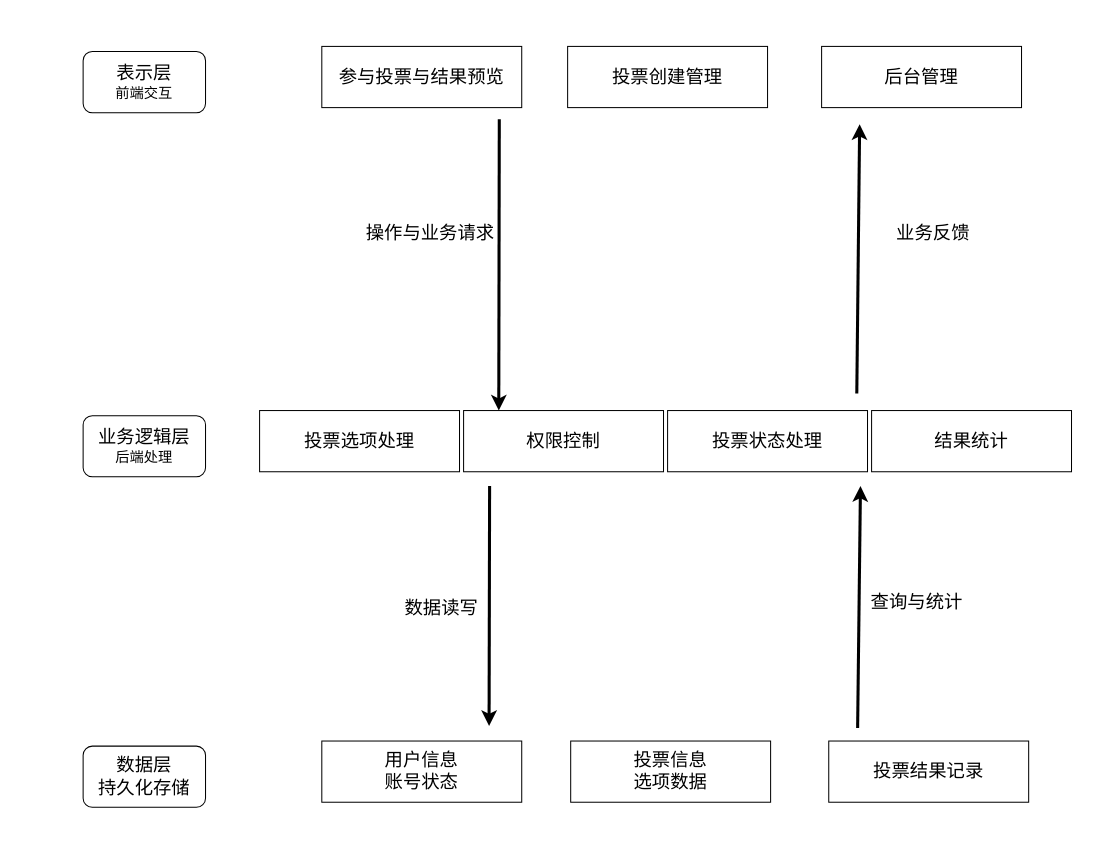
Before: 第四次作业/架构设计/架构设计.drawio in xuchangzhen/Vot_Statistics_Sys, a draw.io diagram. Source tidied: cells renumbered, new cells numbered last; positions are measured from the earlier drawing's top-left corner, leaving out a move shared by most shapes. Both pictures are drawn from the tidied source at 102%, with x=0, y=0 at pixel (83, 46).
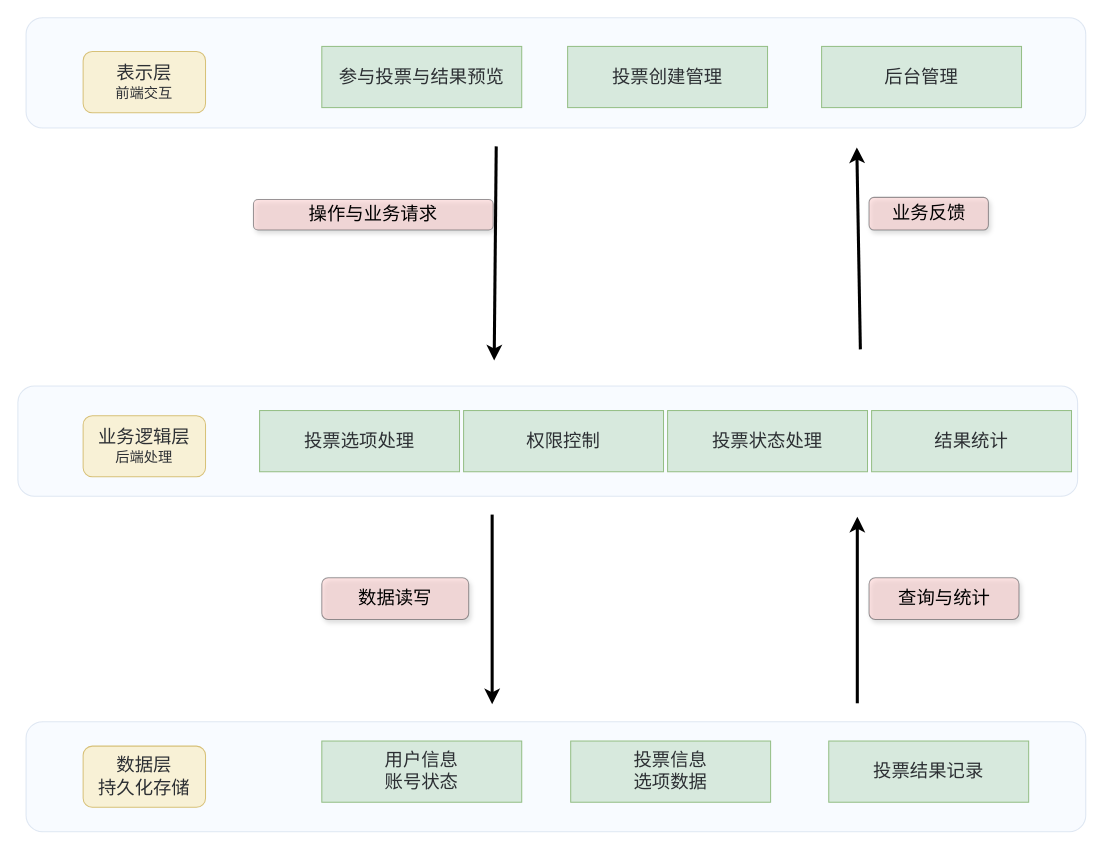
The same page after the edit.

What changed in the source:
```diff
@@
-    <mxCell id="2" value="&lt;span style=&quot;font-size: 18px;&quot;&gt;表示层&lt;/span&gt;&lt;br&gt;&lt;font style=&quot;font-size: 14px;&quot;&gt;前端交互&lt;/font&gt;" style="rounded=1;whiteSpace=wrap;html=1;roundedPerimeter=1;strokeColor=default;align=center;verticalAlign=middle;fontFamily=Helvetica;fontSize=12;fontColor=default;fillColor=default;" parent="1" vertex="1">
+    <mxCell id="2" value="&lt;span style=&quot;font-size: 18px;&quot;&gt;表示层&lt;/span&gt;&lt;br&gt;&lt;font style=&quot;font-size: 14px;&quot;&gt;前端交互&lt;/font&gt;" style="rounded=1;whiteSpace=wrap;html=1;roundedPerimeter=1;strokeColor=#d6b656;align=center;verticalAlign=middle;fontFamily=Helvetica;fontSize=12;fillColor=#fff2cc;" parent="1" vertex="1">
       <mxGeometry y="5" width="120" height="60" as="geometry" />
     </mxCell>
-    <mxCell id="3" value="&lt;span style=&quot;font-size: 18px;&quot;&gt;数据层&lt;/span&gt;&lt;br style=&quot;font-size: 18px;&quot;&gt;&lt;span style=&quot;font-size: 18px;&quot;&gt;持久化存储&lt;/span&gt;" style="rounded=1;whiteSpace=wrap;html=1;roundedPerimeter=1;strokeColor=default;align=center;verticalAlign=middle;fontFamily=Helvetica;fontSize=12;fontColor=default;fillColor=default;" parent="1" vertex="1">
+    <mxCell id="3" value="&lt;span style=&quot;font-size: 18px;&quot;&gt;数据层&lt;/span&gt;&lt;br style=&quot;font-size: 18px;&quot;&gt;&lt;span style=&quot;font-size: 18px;&quot;&gt;持久化存储&lt;/span&gt;" style="rounded=1;whiteSpace=wrap;html=1;roundedPerimeter=1;strokeColor=#d6b656;align=center;verticalAlign=middle;fontFamily=Helvetica;fontSize=12;fillColor=#fff2cc;" parent="1" vertex="1">
       <mxGeometry y="686" width="120" height="60" as="geometry" />
     </mxCell>
-    <mxCell id="4" value="&lt;span style=&quot;font-size: 18px;&quot;&gt;业务逻辑层&lt;/span&gt;&lt;br&gt;&lt;font style=&quot;font-size: 14px;&quot;&gt;后端处理&lt;/font&gt;" style="rounded=1;whiteSpace=wrap;html=1;roundedPerimeter=1;strokeColor=default;align=center;verticalAlign=middle;fontFamily=Helvetica;fontSize=12;fontColor=default;fillColor=default;" parent="1" vertex="1">
+    <mxCell id="4" value="&lt;span style=&quot;font-size: 18px;&quot;&gt;业务逻辑层&lt;/span&gt;&lt;br&gt;&lt;font style=&quot;font-size: 14px;&quot;&gt;后端处理&lt;/font&gt;" style="rounded=1;whiteSpace=wrap;html=1;roundedPerimeter=1;strokeColor=#d6b656;align=center;verticalAlign=middle;fontFamily=Helvetica;fontSize=12;fillColor=#fff2cc;" parent="1" vertex="1">
       <mxGeometry y="362" width="120" height="60" as="geometry" />
     </mxCell>
-    <mxCell id="5" style="rounded=0;orthogonalLoop=1;jettySize=auto;html=1;exitX=0.25;exitY=1;exitDx=0;exitDy=0;strokeColor=default;align=center;verticalAlign=middle;fontFamily=Helvetica;fontSize=11;fontColor=default;labelBackgroundColor=default;defaultLabelBackgroundColor=page;labelPadding=0 4;endArrow=classic;endFill=1;strokeWidth=3;" parent="1" edge="1">
+    <mxCell id="5" style="rounded=0;orthogonalLoop=1;jettySize=auto;html=1;strokeColor=default;align=center;verticalAlign=middle;fontFamily=Helvetica;fontSize=11;fontColor=default;labelBackgroundColor=default;defaultLabelBackgroundColor=page;labelPadding=0 4;endArrow=classic;endFill=1;strokeWidth=3;" parent="1" edge="1">
       <mxGeometry relative="1" as="geometry">
-        <mxPoint x="408" y="71.3" as="sourcePoint" />
-        <mxPoint x="407.5" y="357" as="targetPoint" />
+        <mxPoint x="405" y="98" as="sourcePoint" />
+        <mxPoint x="403" y="308" as="targetPoint" />
       </mxGeometry>
     </mxCell>
-    <mxCell id="6" value="&lt;font style=&quot;font-size: 18px;&quot;&gt;参与投票与结果预览&lt;/font&gt;" style="rounded=0;whiteSpace=wrap;html=1;strokeColor=default;align=center;verticalAlign=middle;fontFamily=Helvetica;fontSize=12;fontColor=default;fillColor=default;" parent="1" vertex="1">
+    <mxCell id="6" value="&lt;font style=&quot;font-size: 18px;&quot;&gt;参与投票与结果预览&lt;/font&gt;" style="rounded=0;whiteSpace=wrap;html=1;strokeColor=#82b366;align=center;verticalAlign=middle;fontFamily=Helvetica;fontSize=12;fillColor=#d5e8d4;" parent="1" vertex="1">
       <mxGeometry x="234" width="196" height="60" as="geometry" />
     </mxCell>
-    <mxCell id="7" value="&lt;font style=&quot;font-size: 18px;&quot;&gt;投票创建管理&lt;/font&gt;" style="rounded=0;whiteSpace=wrap;html=1;strokeColor=default;align=center;verticalAlign=middle;fontFamily=Helvetica;fontSize=12;fontColor=default;fillColor=default;" parent="1" vertex="1">
+    <mxCell id="7" value="&lt;font style=&quot;font-size: 18px;&quot;&gt;投票创建管理&lt;/font&gt;" style="rounded=0;whiteSpace=wrap;html=1;strokeColor=#82b366;align=center;verticalAlign=middle;fontFamily=Helvetica;fontSize=12;fillColor=#d5e8d4;" parent="1" vertex="1">
       <mxGeometry x="475" width="196" height="60" as="geometry" />
     </mxCell>
-    <mxCell id="8" value="&lt;font style=&quot;font-size: 18px;&quot;&gt;后台管理&lt;/font&gt;" style="rounded=0;whiteSpace=wrap;html=1;strokeColor=default;align=center;verticalAlign=middle;fontFamily=Helvetica;fontSize=12;fontColor=default;fillColor=default;" parent="1" vertex="1">
+    <mxCell id="8" value="&lt;font style=&quot;font-size: 18px;&quot;&gt;后台管理&lt;/font&gt;" style="rounded=0;whiteSpace=wrap;html=1;strokeColor=#82b366;align=center;verticalAlign=middle;fontFamily=Helvetica;fontSize=12;fillColor=#d5e8d4;" parent="1" vertex="1">
       <mxGeometry x="724" width="196" height="60" as="geometry" />
     </mxCell>
-    <mxCell id="9" value="&lt;font style=&quot;font-size: 18px;&quot;&gt;投票选项处理&lt;br&gt;&lt;/font&gt;" style="rounded=0;whiteSpace=wrap;html=1;strokeColor=default;align=center;verticalAlign=middle;fontFamily=Helvetica;fontSize=12;fontColor=default;fillColor=default;" parent="1" vertex="1">
+    <mxCell id="9" value="&lt;font style=&quot;font-size: 18px;&quot;&gt;投票选项处理&lt;br&gt;&lt;/font&gt;" style="rounded=0;whiteSpace=wrap;html=1;strokeColor=#82b366;align=center;verticalAlign=middle;fontFamily=Helvetica;fontSize=12;fillColor=#d5e8d4;" parent="1" vertex="1">
       <mxGeometry x="173" y="357" width="196" height="60" as="geometry" />
     </mxCell>
-    <mxCell id="10" value="&lt;span style=&quot;font-size: 18px;&quot;&gt;权限控制&lt;/span&gt;" style="rounded=0;whiteSpace=wrap;html=1;strokeColor=default;align=center;verticalAlign=middle;fontFamily=Helvetica;fontSize=12;fontColor=default;fillColor=default;" parent="1" vertex="1">
+    <mxCell id="10" value="&lt;span style=&quot;font-size: 18px;&quot;&gt;权限控制&lt;/span&gt;" style="rounded=0;whiteSpace=wrap;html=1;strokeColor=#82b366;align=center;verticalAlign=middle;fontFamily=Helvetica;fontSize=12;fillColor=#d5e8d4;" parent="1" vertex="1">
       <mxGeometry x="373" y="357" width="196" height="60" as="geometry" />
     </mxCell>
-    <mxCell id="11" value="&lt;span style=&quot;font-size: 18px;&quot;&gt;投票状态处理&lt;/span&gt;" style="rounded=0;whiteSpace=wrap;html=1;strokeColor=default;align=center;verticalAlign=middle;fontFamily=Helvetica;fontSize=12;fontColor=default;fillColor=default;" parent="1" vertex="1">
+    <mxCell id="11" value="&lt;span style=&quot;font-size: 18px;&quot;&gt;投票状态处理&lt;/span&gt;" style="rounded=0;whiteSpace=wrap;html=1;strokeColor=#82b366;align=center;verticalAlign=middle;fontFamily=Helvetica;fontSize=12;fillColor=#d5e8d4;" parent="1" vertex="1">
       <mxGeometry x="573" y="357" width="196" height="60" as="geometry" />
     </mxCell>
-    <mxCell id="12" value="&lt;span style=&quot;font-size: 18px;&quot;&gt;结果统计&lt;/span&gt;" style="rounded=0;whiteSpace=wrap;html=1;strokeColor=default;align=center;verticalAlign=middle;fontFamily=Helvetica;fontSize=12;fontColor=default;fillColor=default;" parent="1" vertex="1">
+    <mxCell id="12" value="&lt;span style=&quot;font-size: 18px;&quot;&gt;结果统计&lt;/span&gt;" style="rounded=0;whiteSpace=wrap;html=1;strokeColor=#82b366;align=center;verticalAlign=middle;fontFamily=Helvetica;fontSize=12;fillColor=#d5e8d4;" parent="1" vertex="1">
       <mxGeometry x="773" y="357" width="196" height="60" as="geometry" />
     </mxCell>
-    <mxCell id="13" value="&lt;font style=&quot;font-size: 18px;&quot;&gt;用户信息&lt;br&gt;账号状态&lt;/font&gt;" style="rounded=0;whiteSpace=wrap;html=1;strokeColor=default;align=center;verticalAlign=middle;fontFamily=Helvetica;fontSize=12;fontColor=default;fillColor=default;" parent="1" vertex="1">
+    <mxCell id="13" value="&lt;font style=&quot;font-size: 18px;&quot;&gt;用户信息&lt;br&gt;账号状态&lt;/font&gt;" style="rounded=0;whiteSpace=wrap;html=1;strokeColor=#82b366;align=center;verticalAlign=middle;fontFamily=Helvetica;fontSize=12;fillColor=#d5e8d4;" parent="1" vertex="1">
       <mxGeometry x="234" y="681" width="196" height="60" as="geometry" />
     </mxCell>
-    <mxCell id="14" value="&lt;font style=&quot;font-size: 18px;&quot;&gt;投票信息&lt;br&gt;选项数据&lt;/font&gt;" style="rounded=0;whiteSpace=wrap;html=1;strokeColor=default;align=center;verticalAlign=middle;fontFamily=Helvetica;fontSize=12;fontColor=default;fillColor=default;" parent="1" vertex="1">
+    <mxCell id="14" value="&lt;font style=&quot;font-size: 18px;&quot;&gt;投票信息&lt;br&gt;选项数据&lt;/font&gt;" style="rounded=0;whiteSpace=wrap;html=1;strokeColor=#82b366;align=center;verticalAlign=middle;fontFamily=Helvetica;fontSize=12;fillColor=#d5e8d4;" parent="1" vertex="1">
       <mxGeometry x="478" y="681" width="196" height="60" as="geometry" />
     </mxCell>
-    <mxCell id="15" value="&lt;span style=&quot;font-size: 18px;&quot;&gt;投票结果记录&lt;/span&gt;" style="rounded=0;whiteSpace=wrap;html=1;strokeColor=default;align=center;verticalAlign=middle;fontFamily=Helvetica;fontSize=12;fontColor=default;fillColor=default;" parent="1" vertex="1">
+    <mxCell id="15" value="&lt;span style=&quot;font-size: 18px;&quot;&gt;投票结果记录&lt;/span&gt;" style="rounded=0;whiteSpace=wrap;html=1;strokeColor=#82b366;align=center;verticalAlign=middle;fontFamily=Helvetica;fontSize=12;fillColor=#d5e8d4;" parent="1" vertex="1">
       <mxGeometry x="731" y="681" width="196" height="60" as="geometry" />
     </mxCell>
-    <mxCell id="16" value="&lt;font style=&quot;font-size: 18px;&quot;&gt;操作与业务请求&lt;/font&gt;" style="text;html=1;whiteSpace=wrap;strokeColor=none;fillColor=none;align=center;verticalAlign=middle;rounded=0;fontFamily=Helvetica;fontSize=12;fontColor=default;" parent="1" vertex="1">
-      <mxGeometry x="223" y="168.3" width="235" height="30" as="geometry" />
+    <mxCell id="16" value="&lt;font style=&quot;font-size: 18px;&quot;&gt;操作与业务请求&lt;/font&gt;" style="text;html=1;whiteSpace=wrap;strokeColor=#36393d;fillColor=#ffcccc;align=center;verticalAlign=middle;rounded=1;fontFamily=Helvetica;fontSize=12;glass=0;shadow=1;roundedPerimeter=1;opacity=50;opacityGroup=1;" parent="1" vertex="1">
+      <mxGeometry x="167" y="150" width="235" height="30" as="geometry" />
     </mxCell>
-    <mxCell id="17" value="&lt;font style=&quot;font-size: 18px;&quot;&gt;数据读写&lt;/font&gt;" style="text;html=1;whiteSpace=wrap;strokeColor=none;fillColor=none;align=center;verticalAlign=middle;rounded=0;fontFamily=Helvetica;fontSize=12;fontColor=default;" parent="1" vertex="1">
-      <mxGeometry x="234" y="536" width="235" height="30" as="geometry" />
+    <mxCell id="17" value="&lt;font style=&quot;font-size: 18px;&quot;&gt;数据读写&lt;/font&gt;" style="text;html=1;whiteSpace=wrap;strokeColor=#36393d;fillColor=#ffcccc;align=center;verticalAlign=middle;rounded=1;fontFamily=Helvetica;fontSize=12;fontColor=default;shadow=1;glass=0;opacity=50;gradientColor=none;roundedPerimeter=1;opacityGroup=1;" parent="1" vertex="1">
+      <mxGeometry x="234" y="521" width="144" height="40.9" as="geometry" />
     </mxCell>
-    <mxCell id="18" style="rounded=0;orthogonalLoop=1;jettySize=auto;html=1;exitX=0.25;exitY=1;exitDx=0;exitDy=0;strokeColor=default;align=center;verticalAlign=middle;fontFamily=Helvetica;fontSize=11;fontColor=default;labelBackgroundColor=default;defaultLabelBackgroundColor=page;labelPadding=0 4;endArrow=classic;endFill=1;strokeWidth=3;" parent="1" edge="1">
+    <mxCell id="18" style="rounded=0;orthogonalLoop=1;jettySize=auto;html=1;strokeColor=default;align=center;verticalAlign=middle;fontFamily=Helvetica;fontSize=11;fontColor=default;labelBackgroundColor=default;defaultLabelBackgroundColor=page;labelPadding=0 4;endArrow=classic;endFill=1;strokeWidth=3;" parent="1" edge="1">
       <mxGeometry relative="1" as="geometry">
-        <mxPoint x="398.5" y="431" as="sourcePoint" />
-        <mxPoint x="398" y="666.3" as="targetPoint" />
+        <mxPoint x="401" y="459" as="sourcePoint" />
+        <mxPoint x="401" y="645" as="targetPoint" />
       </mxGeometry>
     </mxCell>
     <mxCell id="19" style="rounded=0;orthogonalLoop=1;jettySize=auto;html=1;strokeColor=default;align=center;verticalAlign=middle;fontFamily=Helvetica;fontSize=11;fontColor=default;labelBackgroundColor=default;defaultLabelBackgroundColor=page;labelPadding=0 4;endArrow=classic;endFill=1;strokeWidth=3;" parent="1" edge="1">
       <mxGeometry relative="1" as="geometry">
-        <mxPoint x="759.3" y="668.2" as="sourcePoint" />
-        <mxPoint x="762.1" y="431" as="targetPoint" />
+        <mxPoint x="759" y="644" as="sourcePoint" />
+        <mxPoint x="759" y="461" as="targetPoint" />
       </mxGeometry>
     </mxCell>
-    <mxCell id="20" value="&lt;font style=&quot;font-size: 18px;&quot;&gt;查询与统计&lt;/font&gt;" style="text;html=1;whiteSpace=wrap;strokeColor=none;fillColor=none;align=center;verticalAlign=middle;rounded=0;fontFamily=Helvetica;fontSize=12;fontColor=default;" parent="1" vertex="1">
-      <mxGeometry x="700" y="529.9" width="235" height="30" as="geometry" />
+    <mxCell id="20" value="&lt;font style=&quot;font-size: 18px;&quot;&gt;查询与统计&lt;/font&gt;" style="text;html=1;whiteSpace=wrap;strokeColor=#36393d;fillColor=#ffcccc;align=center;verticalAlign=middle;rounded=1;fontFamily=Helvetica;fontSize=12;fontColor=default;shadow=1;glass=0;opacity=50;gradientColor=none;roundedPerimeter=1;opacityGroup=1;" parent="1" vertex="1">
+      <mxGeometry x="770.5" y="521" width="147" height="40.9" as="geometry" />
     </mxCell>
     <mxCell id="21" style="rounded=0;orthogonalLoop=1;jettySize=auto;html=1;strokeColor=default;align=center;verticalAlign=middle;fontFamily=Helvetica;fontSize=11;fontColor=default;labelBackgroundColor=default;defaultLabelBackgroundColor=page;labelPadding=0 4;endArrow=classic;endFill=1;strokeWidth=3;" parent="1" edge="1">
       <mxGeometry relative="1" as="geometry">
-        <mxPoint x="758.5" y="340.3" as="sourcePoint" />
-        <mxPoint x="761.3" y="76.3" as="targetPoint" />
+        <mxPoint x="762" y="297" as="sourcePoint" />
+        <mxPoint x="758.5" y="99" as="targetPoint" />
       </mxGeometry>
     </mxCell>
-    <mxCell id="22" value="&lt;font style=&quot;font-size: 18px;&quot;&gt;业务反馈&lt;/font&gt;" style="text;html=1;whiteSpace=wrap;strokeColor=none;fillColor=none;align=center;verticalAlign=middle;rounded=0;fontFamily=Helvetica;fontSize=12;fontColor=default;" parent="1" vertex="1">
-      <mxGeometry x="716" y="168.3" width="235" height="30" as="geometry" />
+    <mxCell id="22" value="&lt;font style=&quot;font-size: 18px;&quot;&gt;业务反馈&lt;/font&gt;" style="text;html=1;whiteSpace=wrap;strokeColor=#36393d;fillColor=#ffcccc;align=center;verticalAlign=middle;rounded=1;fontFamily=Helvetica;fontSize=12;fontColor=default;shadow=1;glass=0;opacity=50;gradientColor=none;roundedPerimeter=1;opacityGroup=1;" parent="1" vertex="1">
+      <mxGeometry x="770.5" y="148" width="117" height="32" as="geometry" />
     </mxCell>
+    <mxCell id="23" style="rounded=1;whiteSpace=wrap;html=1;roundedPerimeter=1;fillColor=#dae8fc;strokeColor=#6c8ebf;opacity=20;opacityGroup=1;" parent="1" vertex="1">
+      <mxGeometry x="-56" y="-28" width="1039" height="108" as="geometry" />
+    </mxCell>
+    <mxCell id="24" style="rounded=1;whiteSpace=wrap;html=1;roundedPerimeter=1;fillColor=#dae8fc;strokeColor=#6c8ebf;opacity=20;opacityGroup=1;" parent="1" vertex="1">
+      <mxGeometry x="-64" y="333" width="1039" height="108" as="geometry" />
+    </mxCell>
+    <mxCell id="25" style="rounded=1;whiteSpace=wrap;html=1;roundedPerimeter=1;fillColor=#dae8fc;strokeColor=#6c8ebf;opacity=20;opacityGroup=1;" parent="1" vertex="1">
+      <mxGeometry x="-56" y="662" width="1039" height="108" as="geometry" />
+    </mxCell>
```
